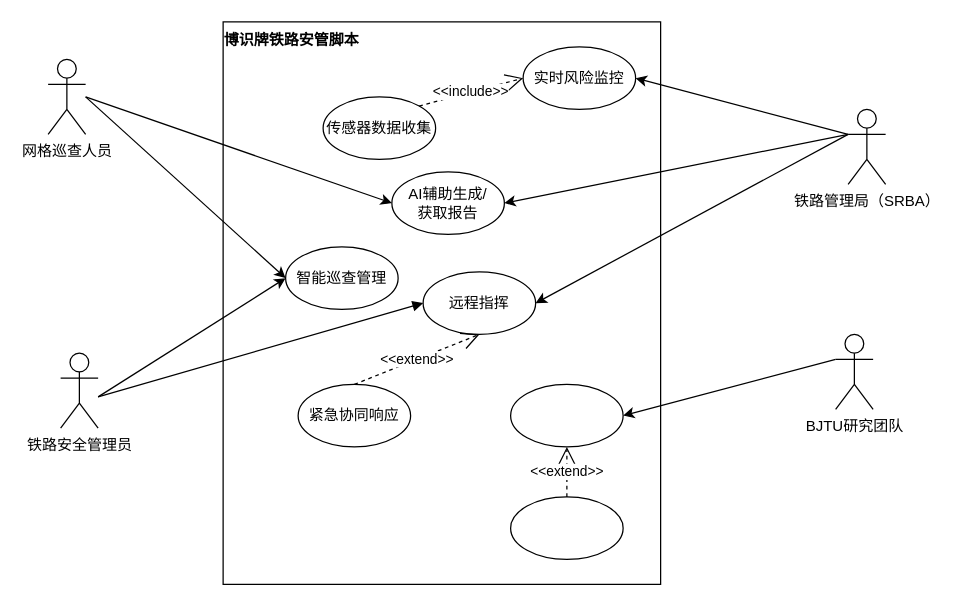
Before: 用例图1.drawio in Lxlorange/drawio, a draw.io diagram. Source tidied: cells renumbered, new cells numbered last; positions are measured from the earlier drawing's top-left corner, leaving out a move shared by most shapes. Both pictures are drawn from the tidied source at 125%, with x=0, y=0 at pixel (48, 21).
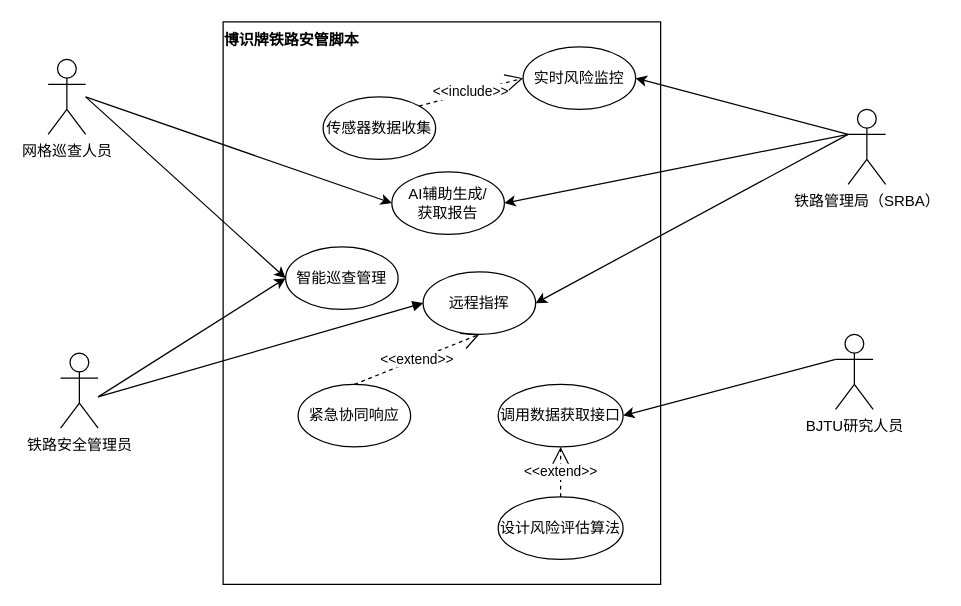
The same diagram, later.

What changed in the source:
```diff
@@
-    <mxCell id="22" value="BJTU研究团队" style="shape=umlActor;verticalLabelPosition=bottom;verticalAlign=top;html=1;outlineConnect=0;" parent="1" vertex="1">
+    <mxCell id="22" value="BJTU研究人员" style="shape=umlActor;verticalLabelPosition=bottom;verticalAlign=top;html=1;outlineConnect=0;" parent="1" vertex="1">
       <mxGeometry x="630" y="250" width="30" height="60" as="geometry" />
     </mxCell>
-    <mxCell id="23" style="ellipse;whiteSpace=wrap;html=1;" parent="1" vertex="1">
-      <mxGeometry x="370" y="290" width="90" height="50" as="geometry" />
+    <mxCell id="23" value="调用数据获取接口" style="ellipse;whiteSpace=wrap;html=1;" parent="1" vertex="1">
+      <mxGeometry x="360" y="290" width="100" height="50" as="geometry" />
     </mxCell>
-    <mxCell id="24" style="ellipse;whiteSpace=wrap;html=1;" parent="1" vertex="1">
-      <mxGeometry x="370" y="380" width="90" height="50" as="geometry" />
+    <mxCell id="24" value="设计风险评估算法" style="ellipse;whiteSpace=wrap;html=1;" parent="1" vertex="1">
+      <mxGeometry x="360" y="380" width="100" height="50" as="geometry" />
     </mxCell>
```
